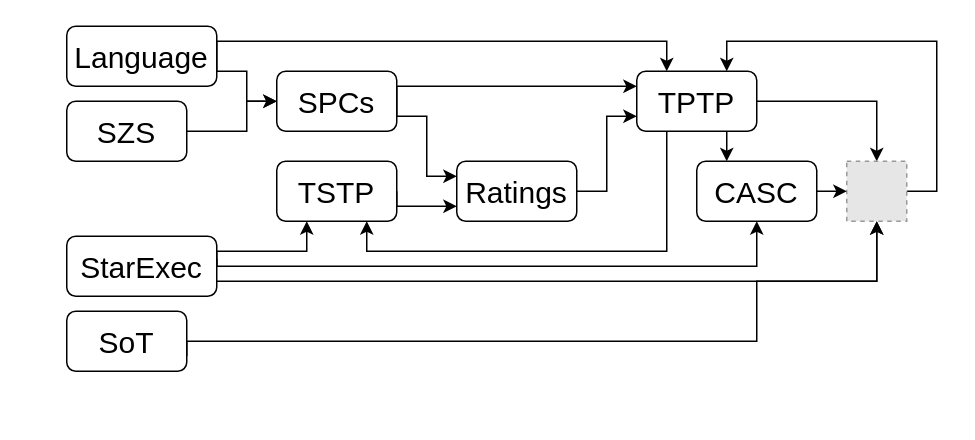
Earlier version of the draw.io diagram Dependencies.drawio (GeoffsPapers/SteppingStones). Source tidied: cells renumbered, new cells numbered last; positions are measured from the earlier drawing's top-left corner, leaving out a move shared by most shapes. Both pictures are drawn from the tidied source at 150%, with x=0, y=0 at pixel (66, 26). Pictures stored in the file or linked from it are replaced by grey dashed boxes.
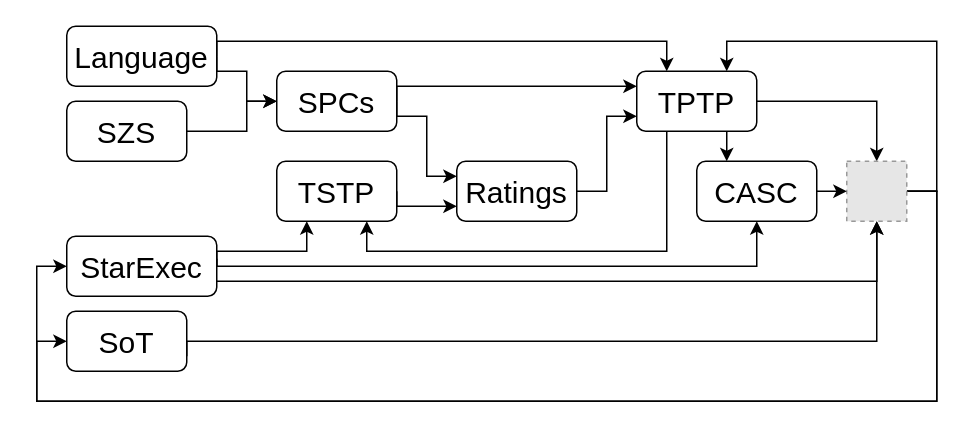
After the change.

Unchanged cells that the change refers to:
```xml
<mxCell id="18" style="rounded=1;whiteSpace=wrap;html=1;" parent="17" vertex="1">
  <mxGeometry width="80" height="40" as="geometry" />
</mxCell>
<mxCell id="27" style="rounded=1;whiteSpace=wrap;html=1;" parent="26" vertex="1">
  <mxGeometry width="100" height="40" as="geometry" />
</mxCell>
<mxCell id="40" style="fillColor=#E6E6E6;strokeColor=#999999;dashed=1;verticalLabelPosition=bottom;labelBackgroundColor=default;verticalAlign=top;" parent="1" vertex="1">
  <mxGeometry x="520" y="90" width="40" height="40" as="geometry" />
</mxCell>
```

The edit, as a diff of the source:
```diff
@@
     <mxCell id="35" style="edgeStyle=orthogonalEdgeStyle;rounded=0;jettySize=auto;html=1;exitX=1;exitY=0.5;exitDx=0;exitDy=0;entryX=0.5;entryY=1;entryDx=0;entryDy=0;" parent="1" edge="1" target="40">
       <mxGeometry relative="1" as="geometry">
         <mxPoint x="80" y="220" as="sourcePoint" />
         <Array as="points">
           <mxPoint x="80" y="210" />
-          <mxPoint x="460" y="210" />
-          <mxPoint x="460" y="170" />
-          <mxPoint x="540" y="170" />
+          <mxPoint x="540" y="210" />
         </Array>
       </mxGeometry>
     </mxCell>
@@
+    <mxCell id="46" style="edgeStyle=orthogonalEdgeStyle;rounded=0;jettySize=auto;html=1;exitX=1;exitY=0.5;exitDx=0;exitDy=0;entryX=0;entryY=0.5;entryDx=0;entryDy=0;" parent="1" edge="1" source="40" target="27">
+      <mxGeometry relative="1" as="geometry">
+        <Array as="points">
+          <mxPoint x="580" y="110" />
+          <mxPoint x="580" y="250" />
+          <mxPoint x="-20" y="250" />
+          <mxPoint x="-20" y="160" />
+        </Array>
+      </mxGeometry>
+    </mxCell>
+    <mxCell id="47" style="edgeStyle=orthogonalEdgeStyle;rounded=0;jettySize=auto;html=1;exitX=1;exitY=0.5;exitDx=0;exitDy=0;entryX=0;entryY=0.5;entryDx=0;entryDy=0;" parent="1" edge="1" source="40" target="18">
+      <mxGeometry relative="1" as="geometry">
+        <Array as="points">
+          <mxPoint x="580" y="110" />
+          <mxPoint x="580" y="250" />
+          <mxPoint x="-20" y="250" />
+          <mxPoint x="-20" y="210" />
+        </Array>
+      </mxGeometry>
+    </mxCell>
```
